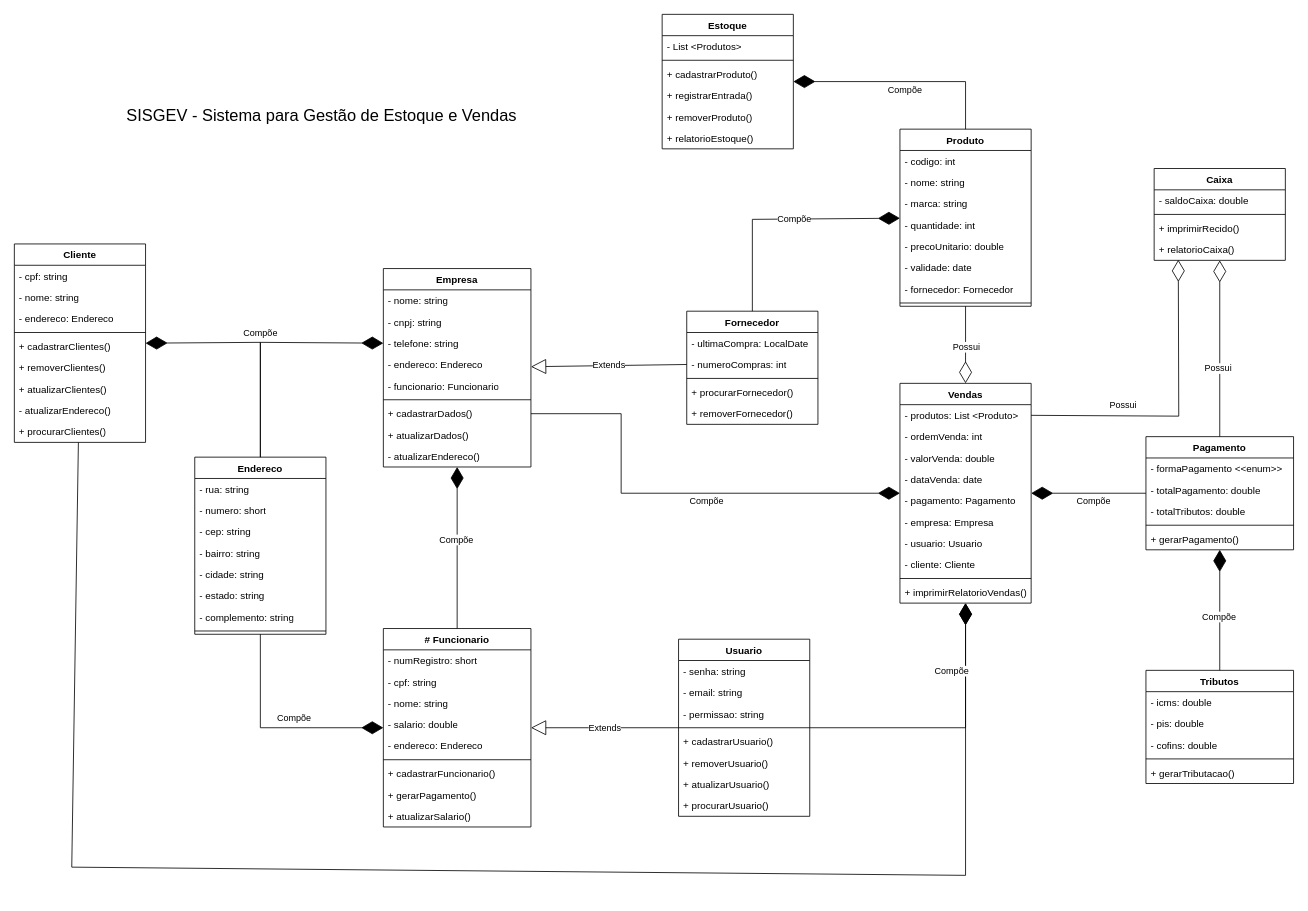
Before: Diagrama/1.0.0/Diagrama de Classes - SISGEV.drawio in igormanoels/SISGEV, a draw.io diagram. Source tidied: cells renumbered, new cells numbered last; positions are measured from the earlier drawing's top-left corner, leaving out a move shared by most shapes. Both pictures are drawn from the tidied source at 82%, with x=0, y=0 at pixel (14, 14).
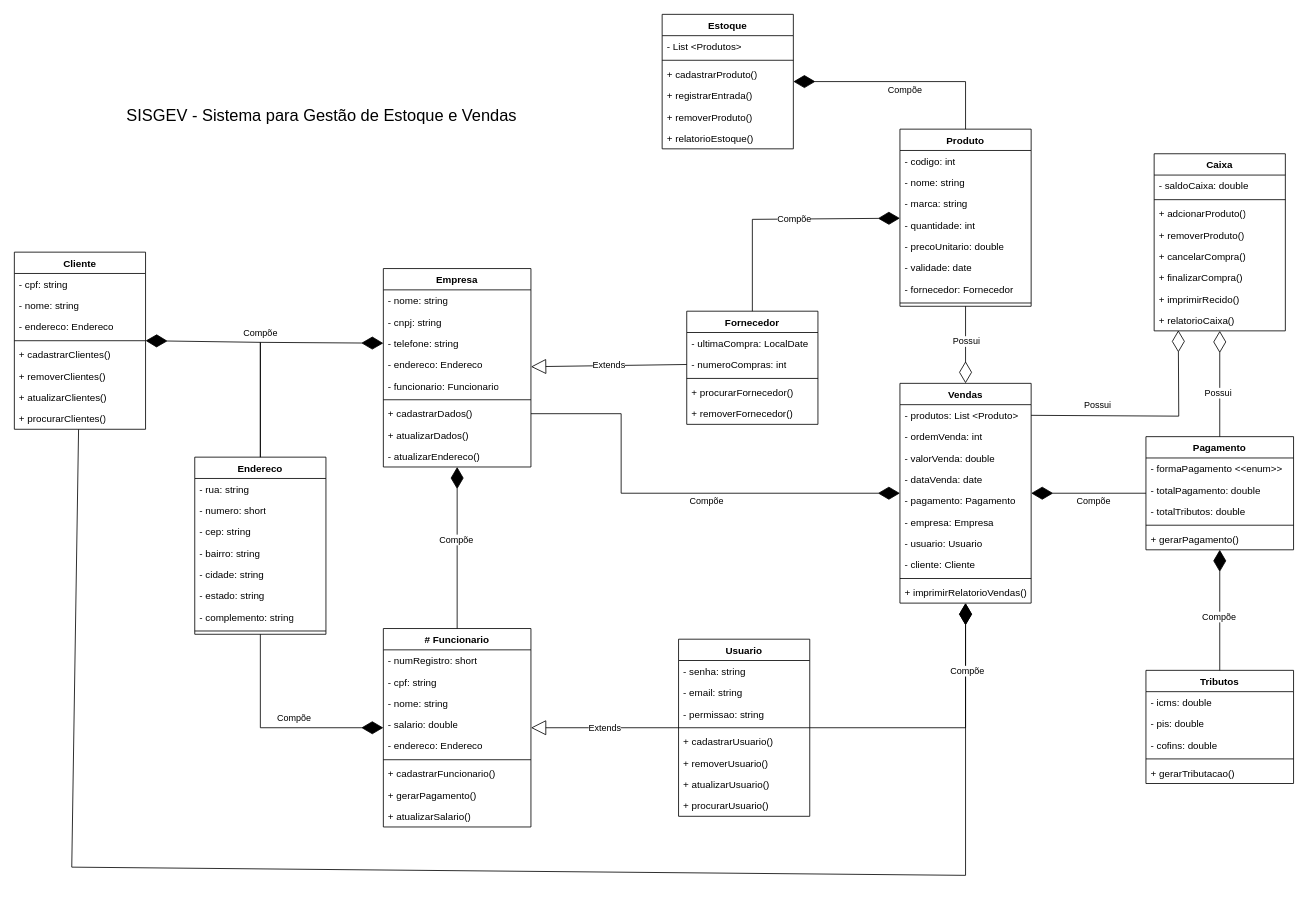
After the change.

Unchanged cells that the change refers to:
```xml
<mxCell id="115" style="endArrow=diamondThin;endFill=0;endSize=24;html=1;rounded=0;" parent="1" edge="1" source="2" target="18">
  <mxGeometry relative="1" as="geometry" />
</mxCell>
<mxCell id="125" style="endArrow=diamondThin;endFill=1;endSize=24;html=1;rounded=0;" parent="1" edge="1" source="29" target="18">
  <mxGeometry relative="1" as="geometry">
    <Array as="points">
      <mxPoint x="1160" y="870" />
    </Array>
  </mxGeometry>
</mxCell>
```

Diff of the diagram source:
```diff
@@
     <mxCell id="38" value="Caixa" style="swimlane;fontStyle=1;align=center;verticalAlign=top;horizontal=1;startSize=26;whiteSpace=wrap;html=1;" parent="1" vertex="1">
-      <mxGeometry x="1390" y="188" width="160" height="112" as="geometry" />
+      <mxGeometry x="1390" y="170" width="160" height="216" as="geometry" />
     </mxCell>
@@
+    <mxCell id="131" value="+ adcionarProduto()" style="text;strokeColor=none;fillColor=none;align=left;verticalAlign=top;spacingLeft=4;spacingRight=4;overflow=hidden;whiteSpace=wrap;html=1;" parent="38" vertex="1">
+      <mxGeometry y="60" width="160" height="26" as="geometry" />
+    </mxCell>
+    <mxCell id="132" value="+ removerProduto()" style="text;strokeColor=none;fillColor=none;align=left;verticalAlign=top;spacingLeft=4;spacingRight=4;overflow=hidden;whiteSpace=wrap;html=1;" parent="38" vertex="1">
+      <mxGeometry y="86" width="160" height="26" as="geometry" />
+    </mxCell>
+    <mxCell id="133" value="+ cancelarCompra()" style="text;strokeColor=none;fillColor=none;align=left;verticalAlign=top;spacingLeft=4;spacingRight=4;overflow=hidden;whiteSpace=wrap;html=1;" parent="38" vertex="1">
+      <mxGeometry y="112" width="160" height="26" as="geometry" />
+    </mxCell>
+    <mxCell id="134" value="+ finalizarCompra()" style="text;strokeColor=none;fillColor=none;align=left;verticalAlign=top;spacingLeft=4;spacingRight=4;overflow=hidden;whiteSpace=wrap;html=1;" parent="38" vertex="1">
+      <mxGeometry y="138" width="160" height="26" as="geometry" />
+    </mxCell>
     <mxCell id="41" value="+ imprimirRecido()" style="text;strokeColor=none;fillColor=none;align=left;verticalAlign=top;spacingLeft=4;spacingRight=4;overflow=hidden;whiteSpace=wrap;html=1;" parent="38" vertex="1">
-      <mxGeometry y="60" width="160" height="26" as="geometry" />
+      <mxGeometry y="164" width="160" height="26" as="geometry" />
     </mxCell>
     <mxCell id="42" value="+ relatorioCaixa()" style="text;strokeColor=none;fillColor=none;align=left;verticalAlign=top;spacingLeft=4;spacingRight=4;overflow=hidden;points=[[0,0.5],[1,0.5]];portConstraint=eastwest;whiteSpace=wrap;html=1;" parent="38" vertex="1">
-      <mxGeometry y="86" width="160" height="26" as="geometry" />
+      <mxGeometry y="190" width="160" height="26" as="geometry" />
     </mxCell>
@@
     <mxCell id="81" value="Cliente" style="swimlane;fontStyle=1;align=center;verticalAlign=top;horizontal=1;startSize=26;whiteSpace=wrap;html=1;" parent="1" vertex="1">
-      <mxGeometry y="280" width="160" height="242" as="geometry" />
+      <mxGeometry y="290" width="160" height="216" as="geometry" />
     </mxCell>
@@
-    <mxCell id="89" value="- atualizarEndereco()" style="text;strokeColor=none;fillColor=none;align=left;verticalAlign=top;spacingLeft=4;spacingRight=4;overflow=hidden;whiteSpace=wrap;html=1;" parent="81" vertex="1">
-      <mxGeometry y="190" width="160" height="26" as="geometry" />
-    </mxCell>
     <mxCell id="90" value="+ procurarClientes()" style="text;strokeColor=none;fillColor=none;align=left;verticalAlign=top;spacingLeft=4;spacingRight=4;overflow=hidden;whiteSpace=wrap;html=1;" parent="81" vertex="1">
-      <mxGeometry y="216" width="160" height="26" as="geometry" />
+      <mxGeometry y="190" width="160" height="26" as="geometry" />
     </mxCell>
@@
     <mxCell id="116" value="Possui" style="edgeLabel;html=1;align=center;verticalAlign=middle;" parent="115" vertex="1">
       <mxGeometry x="-0.29" y="2" relative="1" as="geometry">
-        <mxPoint x="-2" y="16" as="offset" />
+        <mxPoint x="-2" y="9" as="offset" />
       </mxGeometry>
     </mxCell>
@@
     <mxCell id="126" value="Compõe" style="edgeLabel;html=1;align=center;verticalAlign=middle;" parent="125" vertex="1">
       <mxGeometry x="-0.02" relative="1" as="geometry">
-        <mxPoint x="4" y="-70" as="offset" />
+        <mxPoint x="23" y="-70" as="offset" />
       </mxGeometry>
     </mxCell>
```
